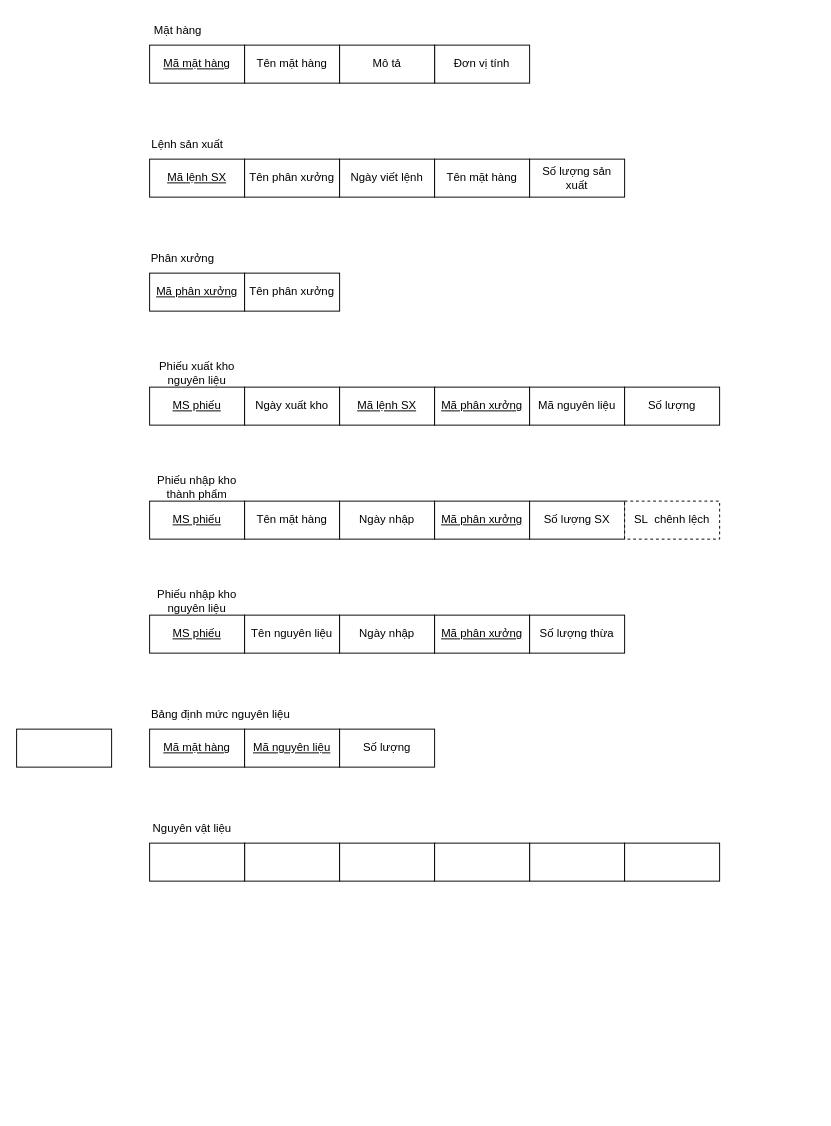
The draw.io diagram Biểu đồ không có tiêu đề.drawio in QuangHuy2201/CSDL, before the edit. Source tidied: cells renumbered, new cells numbered last; positions are measured from the earlier drawing's top-left corner, leaving out a move shared by most shapes. Both pictures are drawn from the tidied source at 95%, with x=0, y=0 at pixel (16, 16).
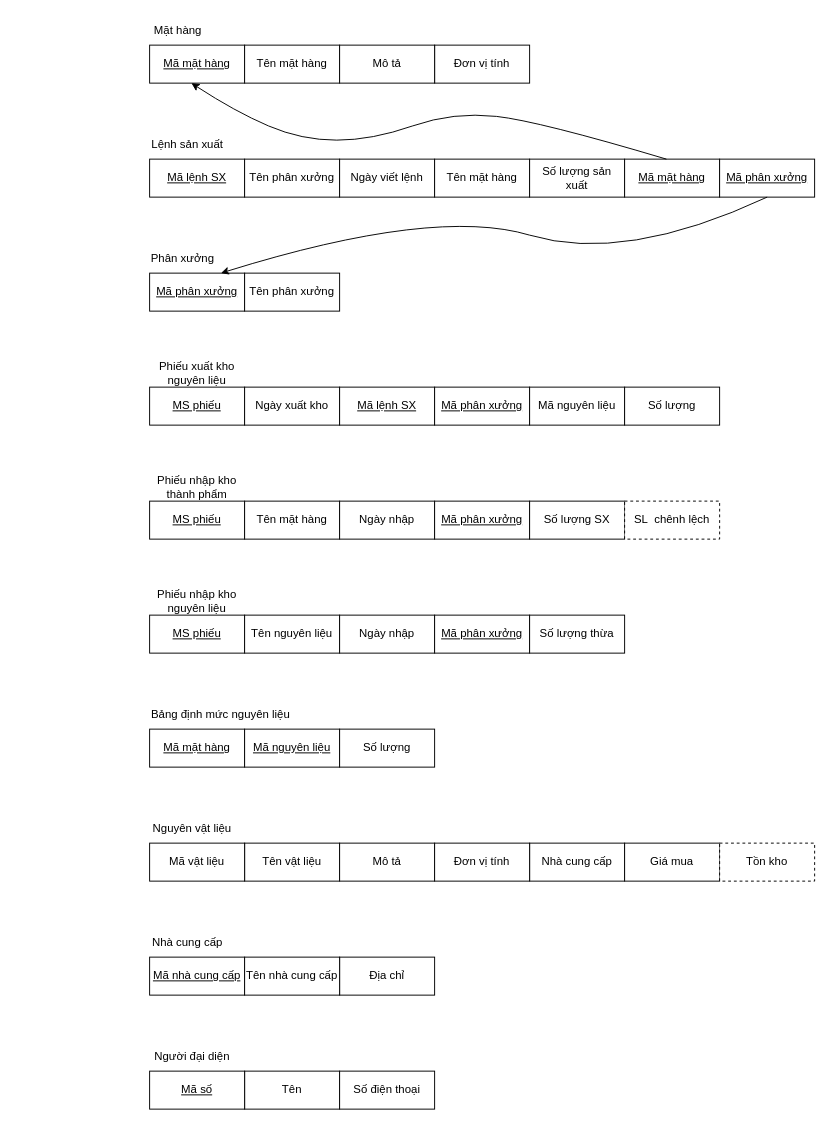
Above is the later version.

Commit message:
Cập nhật Biểu đồ không có tiêu đề.drawio

Unchanged cells that the change refers to:
```xml
<mxCell id="14" value="Mã phân xưởng" style="rounded=0;whiteSpace=wrap;html=1;fontStyle=4;" parent="1" vertex="1">
  <mxGeometry x="140" y="270" width="100" height="40" as="geometry" />
</mxCell>
```

What changed in the source:
```diff
@@
-    <mxCell id="7" style="rounded=0;whiteSpace=wrap;html=1;" parent="1" vertex="1">
+    <mxCell id="7" value="Tên vật liệu" style="rounded=0;whiteSpace=wrap;html=1;" parent="1" vertex="1">
       <mxGeometry x="240" y="870" width="100" height="40" as="geometry" />
     </mxCell>
@@
-    <mxCell id="40" style="rounded=0;whiteSpace=wrap;html=1;" parent="1" vertex="1">
+    <mxCell id="40" value="Mô tả" style="rounded=0;whiteSpace=wrap;html=1;" parent="1" vertex="1">
       <mxGeometry x="340" y="870" width="100" height="40" as="geometry" />
     </mxCell>
-    <mxCell id="41" style="rounded=0;whiteSpace=wrap;html=1;" parent="1" vertex="1">
+    <mxCell id="41" value="Mã vật liệu" style="rounded=0;whiteSpace=wrap;html=1;" parent="1" vertex="1">
       <mxGeometry x="140" y="870" width="100" height="40" as="geometry" />
     </mxCell>
-    <mxCell id="42" style="rounded=0;whiteSpace=wrap;html=1;" parent="1" vertex="1">
+    <mxCell id="42" value="Nhà cung cấp" style="rounded=0;whiteSpace=wrap;html=1;" parent="1" vertex="1">
       <mxGeometry x="540" y="870" width="100" height="40" as="geometry" />
     </mxCell>
-    <mxCell id="43" style="rounded=0;whiteSpace=wrap;html=1;" parent="1" vertex="1">
+    <mxCell id="43" value="Giá mua" style="rounded=0;whiteSpace=wrap;html=1;" parent="1" vertex="1">
       <mxGeometry x="640" y="870" width="100" height="40" as="geometry" />
     </mxCell>
-    <mxCell id="44" style="rounded=0;whiteSpace=wrap;html=1;" parent="1" vertex="1">
+    <mxCell id="44" value="Đơn vị tính" style="rounded=0;whiteSpace=wrap;html=1;" parent="1" vertex="1">
       <mxGeometry x="440" y="870" width="100" height="40" as="geometry" />
     </mxCell>
-    <mxCell id="45" style="rounded=0;whiteSpace=wrap;html=1;" parent="1" vertex="1">
-      <mxGeometry y="750" width="100" height="40" as="geometry" />
+    <mxCell id="45" value="Tên" style="rounded=0;whiteSpace=wrap;html=1;" parent="1" vertex="1">
+      <mxGeometry x="240" y="1110" width="100" height="40" as="geometry" />
     </mxCell>
@@
+    <mxCell id="48" value="Tồn kho" style="rounded=0;whiteSpace=wrap;html=1;dashed=1;" parent="1" vertex="1">
+      <mxGeometry x="740" y="870" width="100" height="40" as="geometry" />
+    </mxCell>
+    <mxCell id="49" value="Mã nhà cung cấp" style="rounded=0;whiteSpace=wrap;html=1;fontStyle=4;" parent="1" vertex="1">
+      <mxGeometry x="140" y="990" width="100" height="40" as="geometry" />
+    </mxCell>
+    <mxCell id="50" value="Địa chỉ" style="rounded=0;whiteSpace=wrap;html=1;" parent="1" vertex="1">
+      <mxGeometry x="340" y="990" width="100" height="40" as="geometry" />
+    </mxCell>
+    <mxCell id="51" value="Tên nhà cung cấp" style="rounded=0;whiteSpace=wrap;html=1;" parent="1" vertex="1">
+      <mxGeometry x="240" y="990" width="100" height="40" as="geometry" />
+    </mxCell>
+    <mxCell id="52" value="Nhà cung cấp" style="text;html=1;strokeColor=none;fillColor=none;align=center;verticalAlign=middle;whiteSpace=wrap;rounded=0;" parent="1" vertex="1">
+      <mxGeometry x="140" y="960" width="80" height="30" as="geometry" />
+    </mxCell>
+    <mxCell id="53" value="Mã số" style="rounded=0;whiteSpace=wrap;html=1;fontStyle=4;" parent="1" vertex="1">
+      <mxGeometry x="140" y="1110" width="100" height="40" as="geometry" />
+    </mxCell>
+    <mxCell id="54" value="Số điện thoại" style="rounded=0;whiteSpace=wrap;html=1;" parent="1" vertex="1">
+      <mxGeometry x="340" y="1110" width="100" height="40" as="geometry" />
+    </mxCell>
+    <mxCell id="55" value="Người đại diện" style="text;html=1;strokeColor=none;fillColor=none;align=center;verticalAlign=middle;whiteSpace=wrap;rounded=0;" parent="1" vertex="1">
+      <mxGeometry x="140" y="1080" width="90" height="30" as="geometry" />
+    </mxCell>
+    <mxCell id="56" value="Mã mặt hàng" style="rounded=0;whiteSpace=wrap;html=1;fontStyle=4;" parent="1" vertex="1">
+      <mxGeometry x="640" y="150" width="100" height="40" as="geometry" />
+    </mxCell>
+    <mxCell id="57" style="curved=1;endArrow=classic;html=1;rounded=0;exitX=0.5;exitY=0;exitDx=0;exitDy=0;entryX=0.5;entryY=1;entryDx=0;entryDy=0;" parent="1" edge="1">
+      <mxGeometry relative="1" as="geometry">
+        <mxPoint x="684" y="150" as="sourcePoint" />
+        <mxPoint x="184" y="70" as="targetPoint" />
+        <Array as="points">
+          <mxPoint x="550" y="110" />
+          <mxPoint x="460" y="100" />
+          <mxPoint x="374" y="130" />
+          <mxPoint x="300" y="130" />
+          <mxPoint x="230" y="100" />
+        </Array>
+      </mxGeometry>
+    </mxCell>
+    <mxCell id="58" value="Mã phân xưởng" style="rounded=0;whiteSpace=wrap;html=1;fontStyle=4;" parent="1" vertex="1">
+      <mxGeometry x="740" y="150" width="100" height="40" as="geometry" />
+    </mxCell>
+    <mxCell id="59" style="curved=1;endArrow=classic;html=1;rounded=0;exitX=0.5;exitY=1;exitDx=0;exitDy=0;entryX=0.75;entryY=0;entryDx=0;entryDy=0;" parent="1" edge="1" source="58" target="14">
+      <mxGeometry relative="1" as="geometry">
+        <Array as="points">
+          <mxPoint x="640" y="260" />
+          <mxPoint x="440" y="200" />
+        </Array>
+      </mxGeometry>
+    </mxCell>
```
